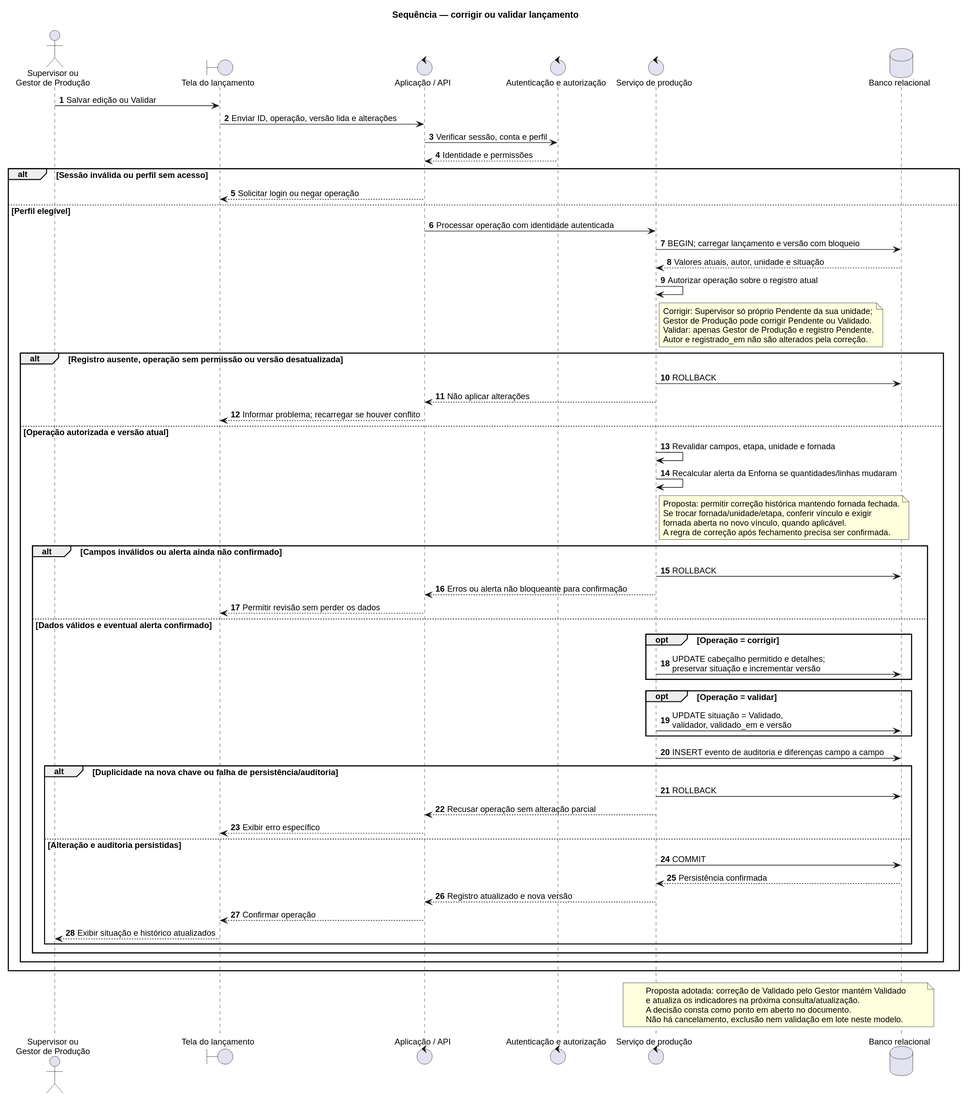
emilynerys/Projeto-Cer-mica-SOCRE keeps this PlantUML diagram as docs/uml/svg/05_sequencia_corrigir_validar.svg. Above is the earlier version. Its diagram source:
```plantuml
@startuml
skinparam shadowing false
skinparam defaultFontName Arial
skinparam defaultFontSize 13
autonumber
title Sequência — corrigir ou validar lançamento

actor "Supervisor ou\nGestor de Produção" as Usuario
boundary "Tela do lançamento" as Tela
control "Aplicação / API" as API
control "Autenticação e autorização" as Acesso
control "Serviço de produção" as Producao
database "Banco relacional" as BD

Usuario -> Tela : Salvar edição ou Validar
Tela -> API : Enviar ID, operação, versão lida e alterações
API -> Acesso : Verificar sessão, conta e perfil
Acesso --> API : Identidade e permissões
alt Sessão inválida ou perfil sem acesso
  API --> Tela : Solicitar login ou negar operação
else Perfil elegível
  API -> Producao : Processar operação com identidade autenticada
  Producao -> BD : BEGIN; carregar lançamento e versão com bloqueio
  BD --> Producao : Valores atuais, autor, unidade e situação
  Producao -> Producao : Autorizar operação sobre o registro atual
  note right of Producao
    Corrigir: Supervisor só próprio Pendente da sua unidade;
    Gestor de Produção pode corrigir Pendente ou Validado.
    Validar: apenas Gestor de Produção e registro Pendente.
    Autor e registrado_em não são alterados pela correção.
  end note
  alt Registro ausente, operação sem permissão ou versão desatualizada
    Producao -> BD : ROLLBACK
    Producao --> API : Não aplicar alterações
    API --> Tela : Informar problema; recarregar se houver conflito
  else Operação autorizada e versão atual
    Producao -> Producao : Revalidar campos, etapa, unidade e fornada
    Producao -> Producao : Recalcular alerta da Enforna se quantidades/linhas mudaram
    note right of Producao
      Proposta: permitir correção histórica mantendo fornada fechada.
      Se trocar fornada/unidade/etapa, conferir vínculo e exigir
      fornada aberta no novo vínculo, quando aplicável.
      A regra de correção após fechamento precisa ser confirmada.
    end note
    alt Campos inválidos ou alerta ainda não confirmado
      Producao -> BD : ROLLBACK
      Producao --> API : Erros ou alerta não bloqueante para confirmação
      API --> Tela : Permitir revisão sem perder os dados
    else Dados válidos e eventual alerta confirmado
      opt Operação = corrigir
        Producao -> BD : UPDATE cabeçalho permitido e detalhes;\npreservar situação e incrementar versão
      end
      opt Operação = validar
        Producao -> BD : UPDATE situação = Validado,\nvalidador, validado_em e versão
      end
      Producao -> BD : INSERT evento de auditoria e diferenças campo a campo
      alt Duplicidade na nova chave ou falha de persistência/auditoria
        Producao -> BD : ROLLBACK
        Producao --> API : Recusar operação sem alteração parcial
        API --> Tela : Exibir erro específico
      else Alteração e auditoria persistidas
        Producao -> BD : COMMIT
        BD --> Producao : Persistência confirmada
        Producao --> API : Registro atualizado e nova versão
        API --> Tela : Confirmar operação
        Tela --> Usuario : Exibir situação e histórico atualizados
      end
    end
  end
end

note over Producao, BD
  Proposta adotada: correção de Validado pelo Gestor mantém Validado
  e atualiza os indicadores na próxima consulta/atualização.
  A decisão consta como ponto em aberto no documento.
  Não há cancelamento, exclusão nem validação em lote neste modelo.
end note
@enduml
```
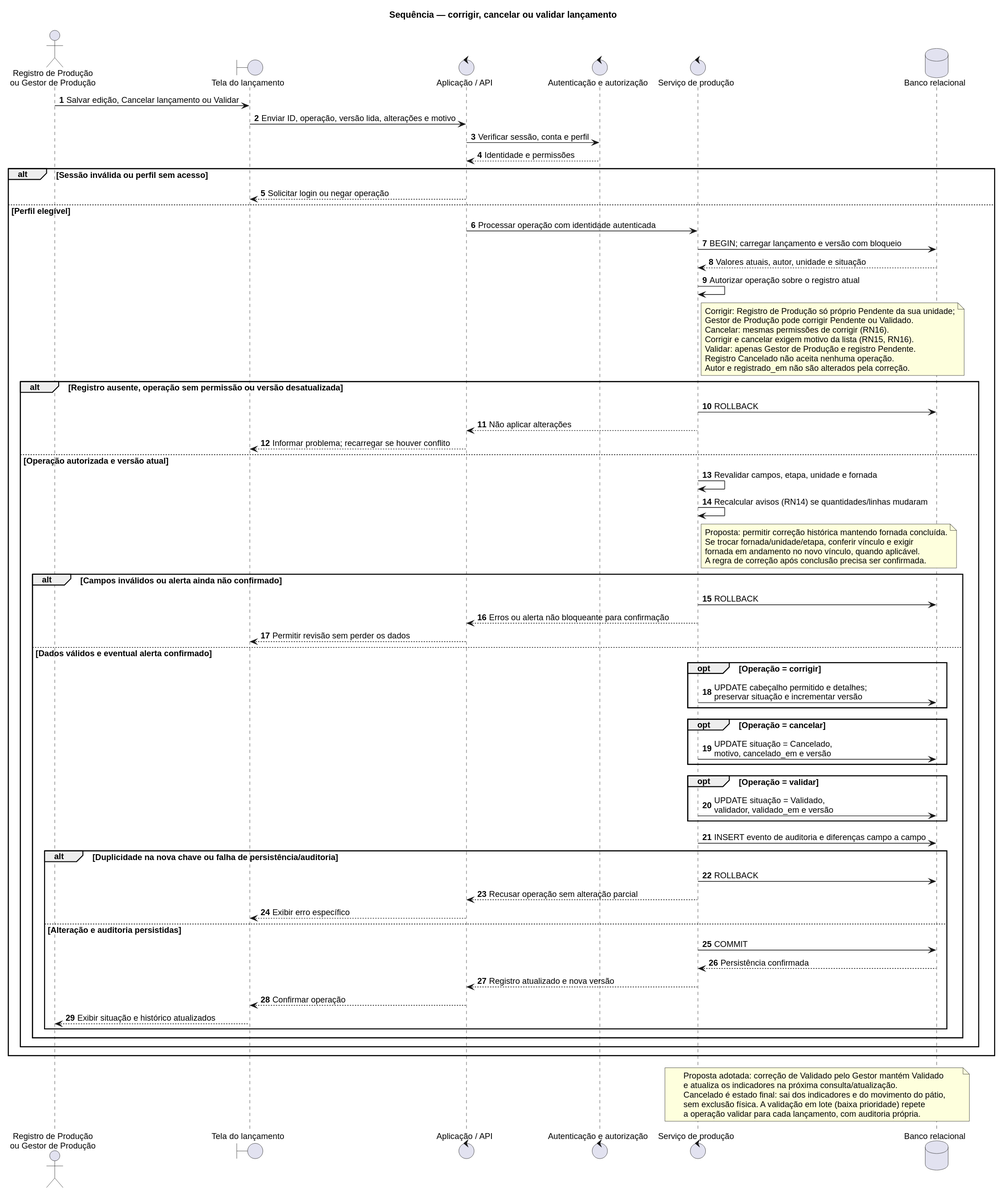
The same file after the commit.

What changed in the source:
```diff
@@ -3,17 +3,17 @@
 skinparam defaultFontName Arial
 skinparam defaultFontSize 13
 autonumber
-title Sequência — corrigir ou validar lançamento
+title Sequência — corrigir, cancelar ou validar lançamento
 
-actor "Supervisor ou\nGestor de Produção" as Usuario
+actor "Registro de Produção\nou Gestor de Produção" as Usuario
 boundary "Tela do lançamento" as Tela
 control "Aplicação / API" as API
 control "Autenticação e autorização" as Acesso
 control "Serviço de produção" as Producao
 database "Banco relacional" as BD
 
-Usuario -> Tela : Salvar edição ou Validar
-Tela -> API : Enviar ID, operação, versão lida e alterações
+Usuario -> Tela : Salvar edição, Cancelar lançamento ou Validar
+Tela -> API : Enviar ID, operação, versão lida, alterações e motivo
 API -> Acesso : Verificar sessão, conta e perfil
 Acesso --> API : Identidade e permissões
 alt Sessão inválida ou perfil sem acesso
@@ -24,9 +24,12 @@
   BD --> Producao : Valores atuais, autor, unidade e situação
   Producao -> Producao : Autorizar operação sobre o registro atual
   note right of Producao
-    Corrigir: Supervisor só próprio Pendente da sua unidade;
+    Corrigir: Registro de Produção só próprio Pendente da sua unidade;
     Gestor de Produção pode corrigir Pendente ou Validado.
+    Cancelar: mesmas permissões de corrigir (RN16).
+    Corrigir e cancelar exigem motivo da lista (RN15, RN16).
     Validar: apenas Gestor de Produção e registro Pendente.
+    Registro Cancelado não aceita nenhuma operação.
     Autor e registrado_em não são alterados pela correção.
   end note
   alt Registro ausente, operação sem permissão ou versão desatualizada
@@ -35,12 +38,12 @@
     API --> Tela : Informar problema; recarregar se houver conflito
   else Operação autorizada e versão atual
     Producao -> Producao : Revalidar campos, etapa, unidade e fornada
-    Producao -> Producao : Recalcular alerta da Enforna se quantidades/linhas mudaram
+    Producao -> Producao : Recalcular avisos (RN14) se quantidades/linhas mudaram
     note right of Producao
-      Proposta: permitir correção histórica mantendo fornada fechada.
+      Proposta: permitir correção histórica mantendo fornada concluída.
       Se trocar fornada/unidade/etapa, conferir vínculo e exigir
-      fornada aberta no novo vínculo, quando aplicável.
-      A regra de correção após fechamento precisa ser confirmada.
+      fornada em andamento no novo vínculo, quando aplicável.
+      A regra de correção após conclusão precisa ser confirmada.
     end note
     alt Campos inválidos ou alerta ainda não confirmado
       Producao -> BD : ROLLBACK
@@ -49,6 +52,9 @@
     else Dados válidos e eventual alerta confirmado
       opt Operação = corrigir
         Producao -> BD : UPDATE cabeçalho permitido e detalhes;\npreservar situação e incrementar versão
+      end
+      opt Operação = cancelar
+        Producao -> BD : UPDATE situação = Cancelado,\nmotivo, cancelado_em e versão
       end
       opt Operação = validar
         Producao -> BD : UPDATE situação = Validado,\nvalidador, validado_em e versão
@@ -72,7 +78,8 @@
 note over Producao, BD
   Proposta adotada: correção de Validado pelo Gestor mantém Validado
   e atualiza os indicadores na próxima consulta/atualização.
-  A decisão consta como ponto em aberto no documento.
-  Não há cancelamento, exclusão nem validação em lote neste modelo.
+  Cancelado é estado final: sai dos indicadores e do movimento do pátio,
+  sem exclusão física. A validação em lote (baixa prioridade) repete
+  a operação validar para cada lançamento, com auditoria própria.
 end note
 @enduml
```
